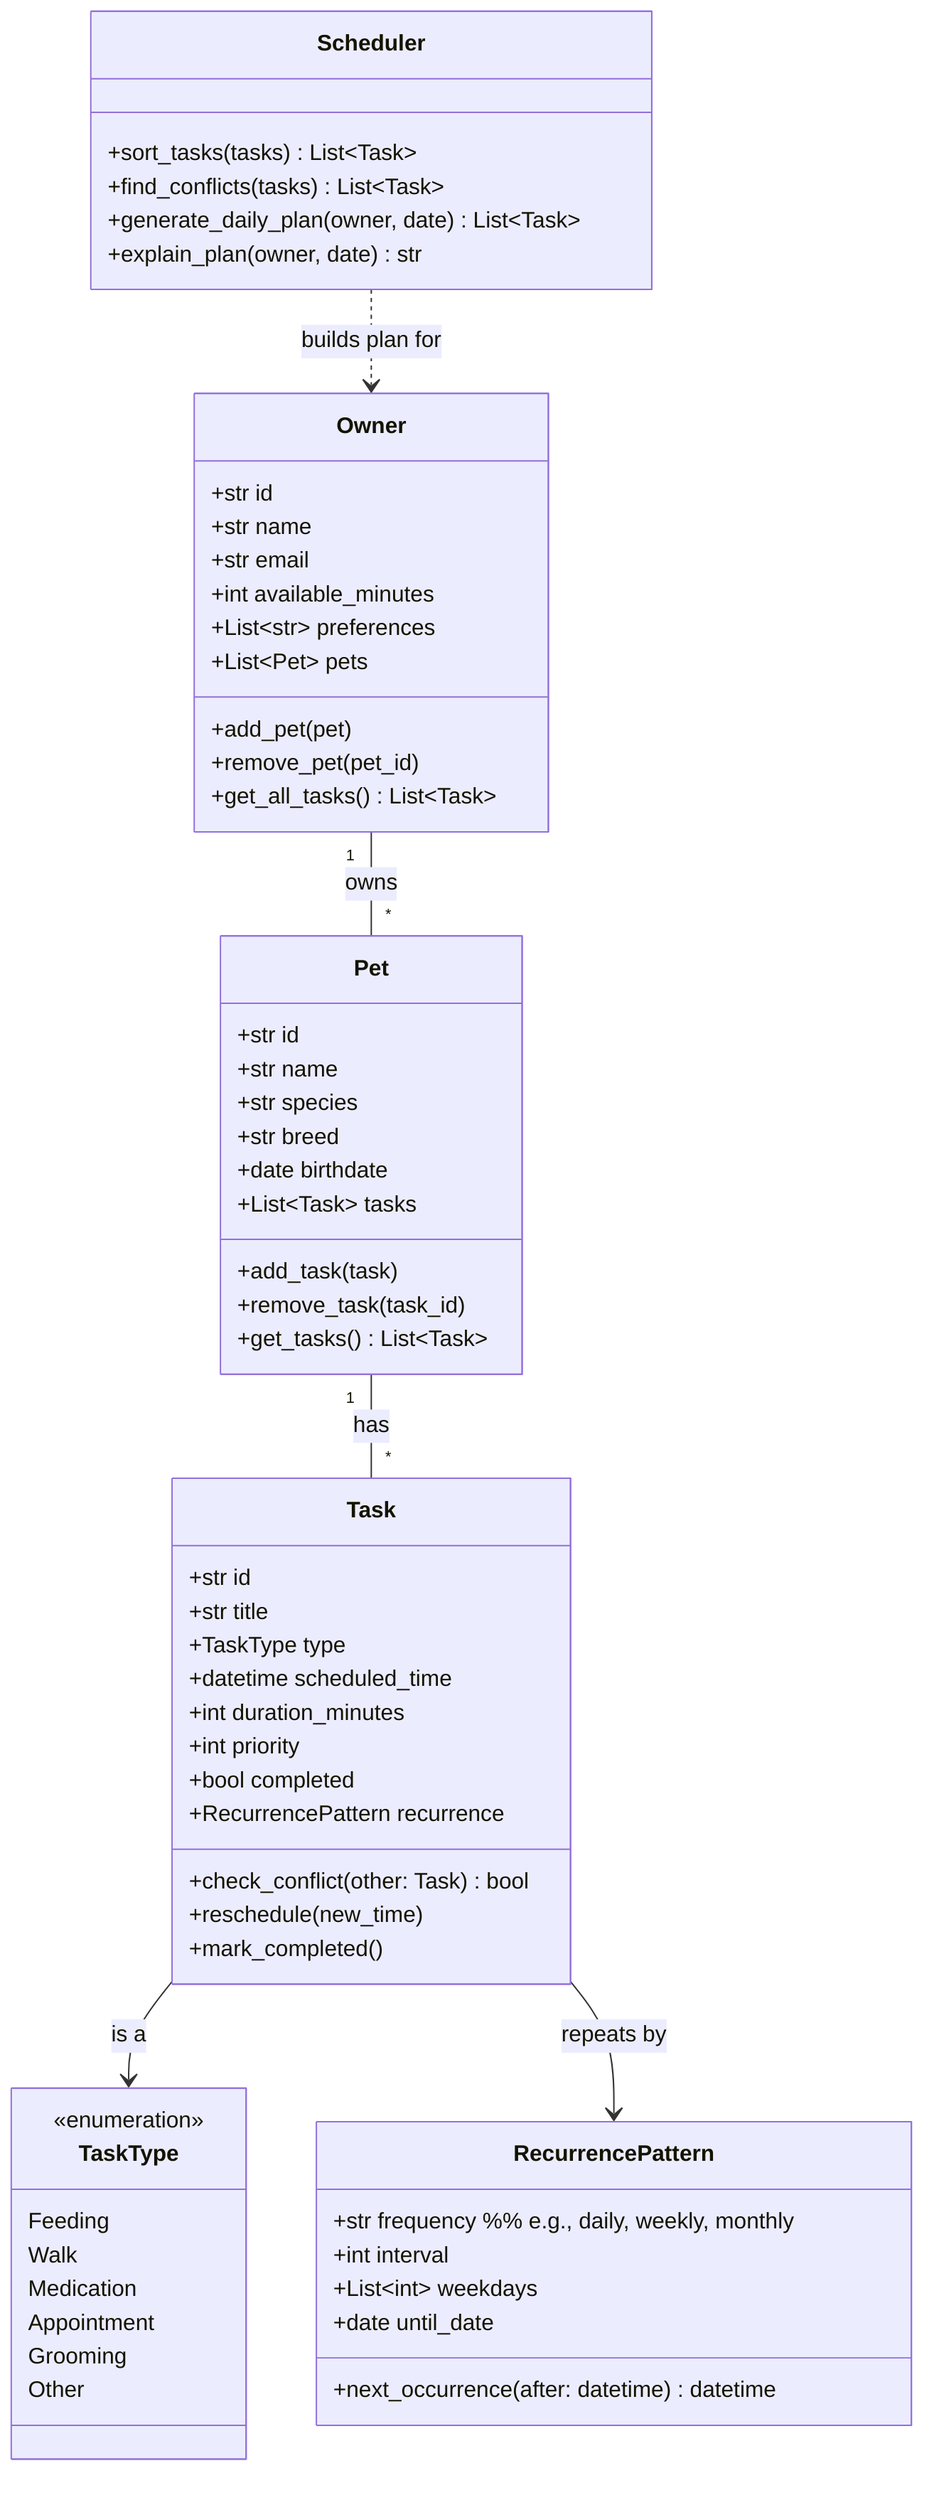
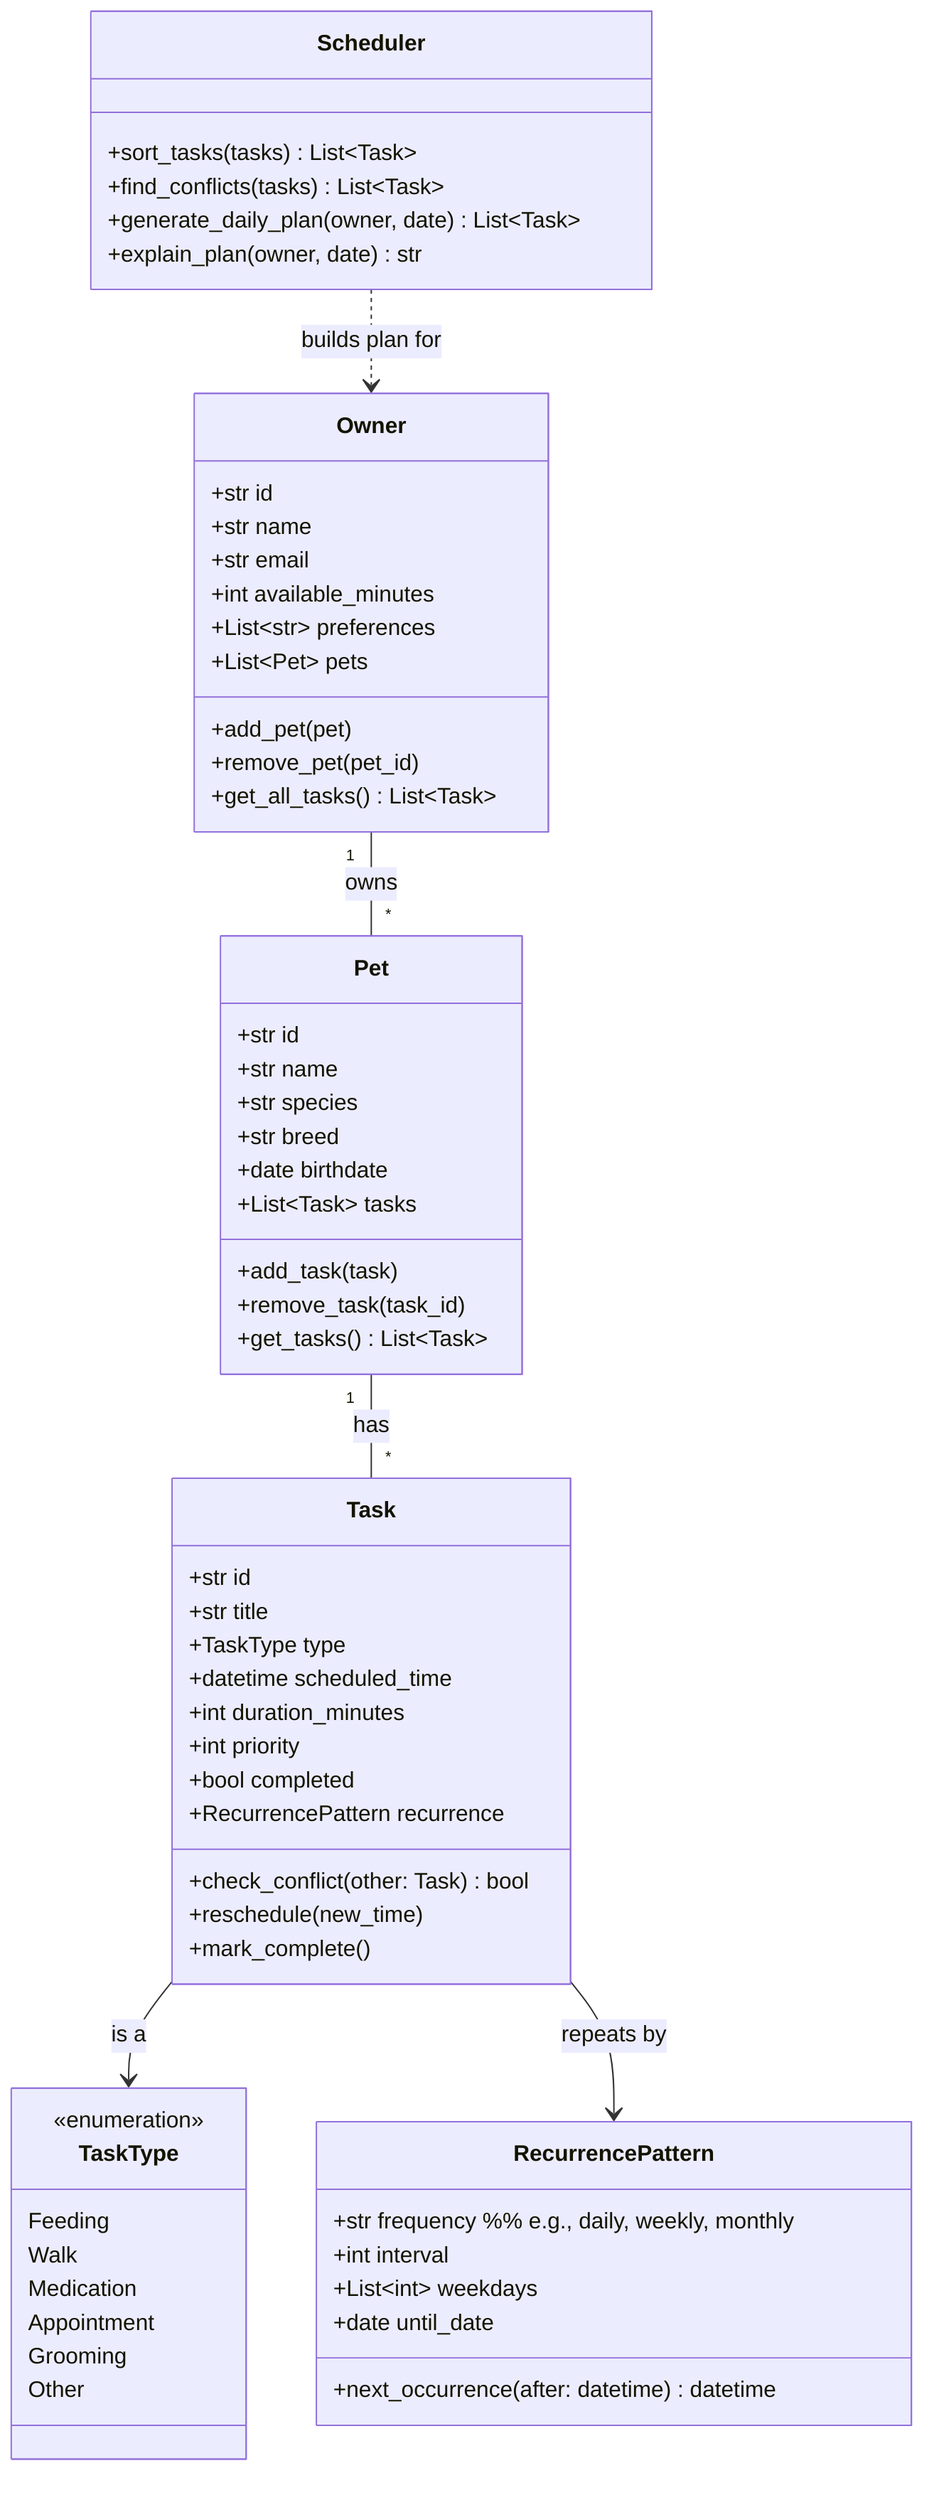
classDiagram
    %% PawPal+ UML

    class Owner {
        +str id
        +str name
        +str email
        +int available_minutes
        +List~str~ preferences
        +List~Pet~ pets
        +add_pet(pet)
        +remove_pet(pet_id)
        +get_all_tasks() List~Task~
    }

    class Pet {
        +str id
        +str name
        +str species
        +str breed
        +date birthdate
        +List~Task~ tasks
        +add_task(task)
        +remove_task(task_id)
        +get_tasks() List~Task~
    }

    class Task {
        +str id
        +str title
        +TaskType type
        +datetime scheduled_time
        +int duration_minutes
        +int priority
        +bool completed
        +RecurrencePattern recurrence
        +check_conflict(other: Task) bool
        +reschedule(new_time)
-         +mark_completed()
+         +mark_complete()
    }

    class Scheduler {
        +sort_tasks(tasks) List~Task~
        +find_conflicts(tasks) List~Task~
        +generate_daily_plan(owner, date) List~Task~
        +explain_plan(owner, date) str
    }

    class RecurrencePattern {
        +str frequency  %% e.g., daily, weekly, monthly
        +int interval
        +List~int~ weekdays
        +date until_date
        +next_occurrence(after: datetime) datetime
    }

    class TaskType {
        <<enumeration>>
        Feeding
        Walk
        Medication
        Appointment
        Grooming
        Other
    }

    Owner "1" -- "*" Pet : owns
    Pet "1" -- "*" Task : has
    Task --> TaskType : is a
    Task --> RecurrencePattern : repeats by
    Scheduler ..> Owner : builds plan for

    %% End of UML
